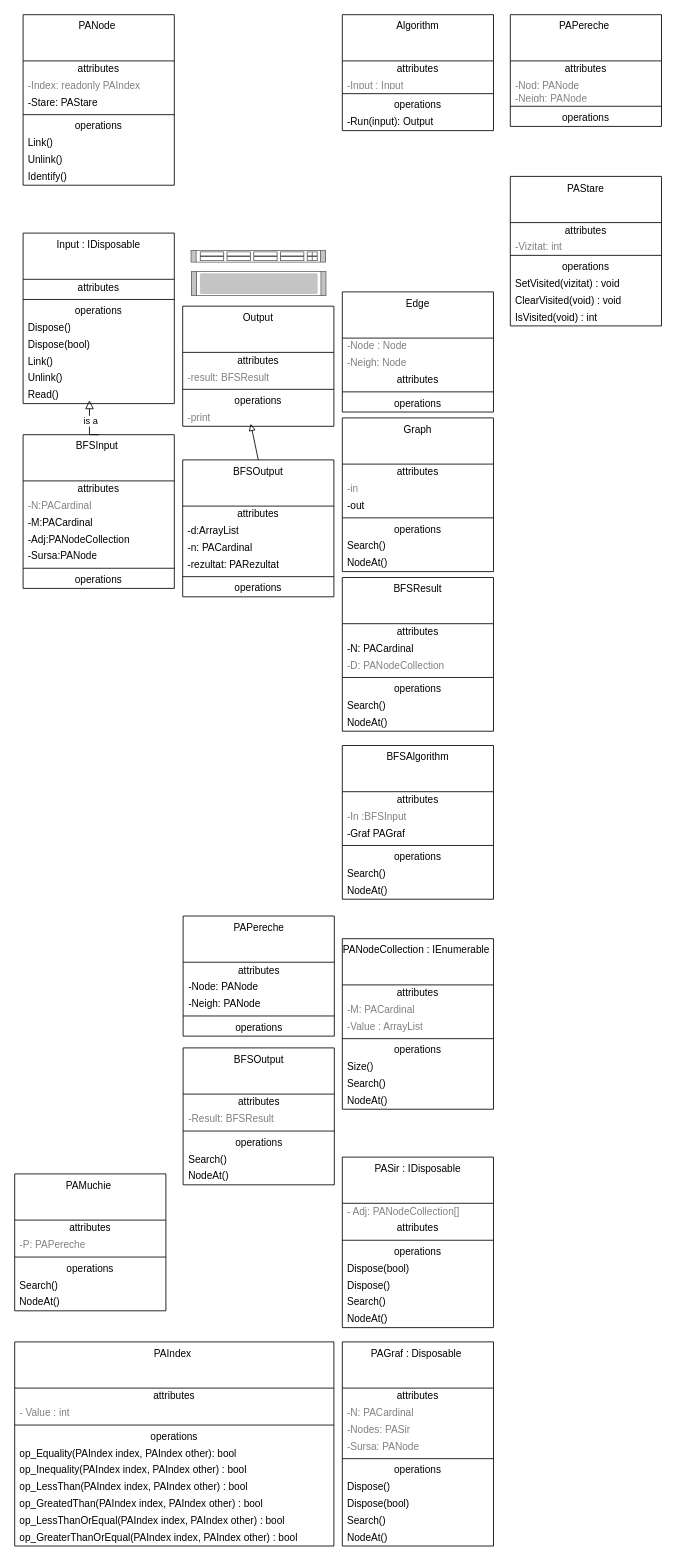
Earlier version of the draw.io diagram C.drawio (Cristof17/PALibrary). Source tidied: cells renumbered, new cells numbered last; positions are measured from the earlier drawing's top-left corner, leaving out a move shared by most shapes. Both pictures are drawn from the tidied source at 84%, with x=0, y=0 at pixel (14, 14).
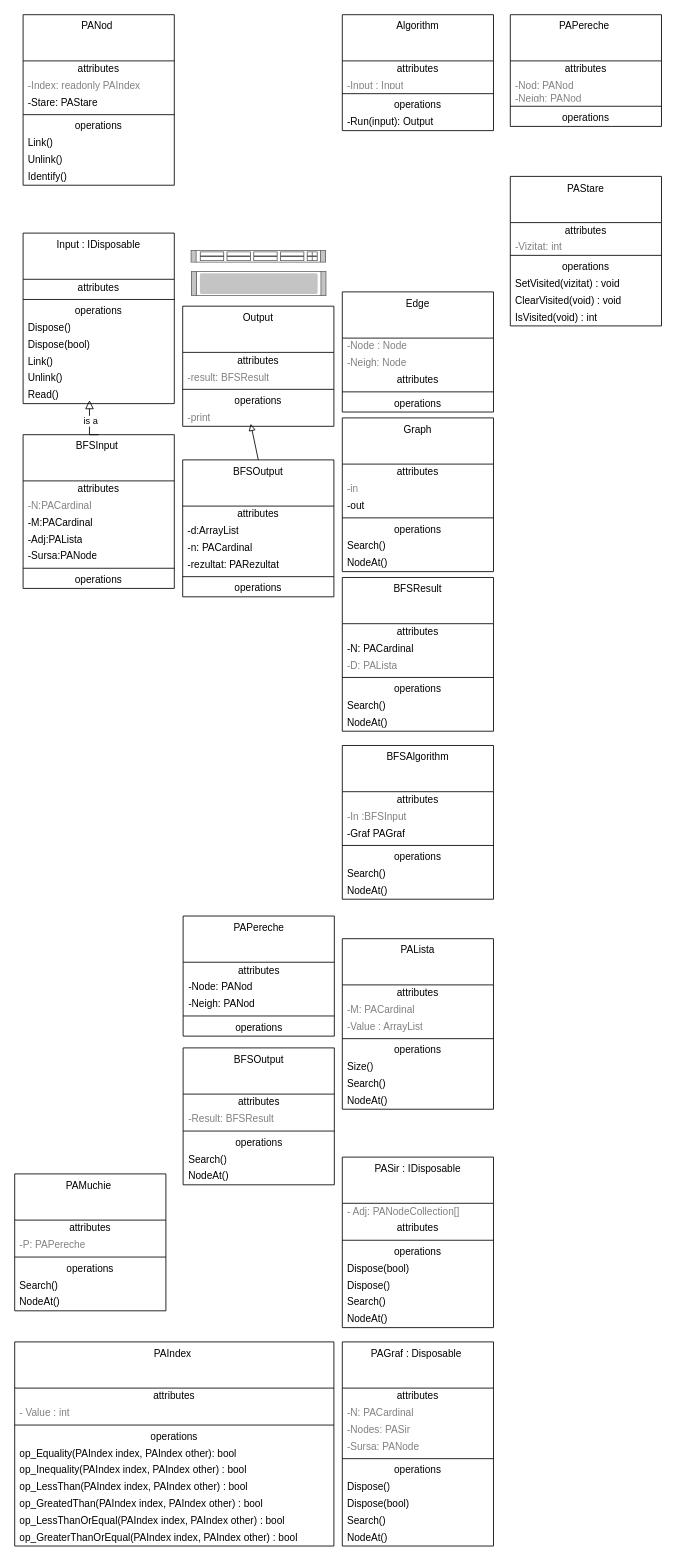
Above is the later version.

Commit message:
PANod and PALista structures

The change refers to these unchanged cells:
```xml
<mxCell id="38" value="BFSInput&amp;nbsp;" style="swimlane;fontStyle=0;align=center;verticalAlign=top;horizontal=1;startSize=55;html=1;whiteSpace=wrap;" parent="1" vertex="1">
  <mxGeometry x="10" y="500" width="180" height="183" as="geometry" />
</mxCell>
<mxCell id="61" value="PAPereche" style="swimlane;fontStyle=0;align=center;verticalAlign=top;horizontal=1;startSize=55;html=1;whiteSpace=wrap;" parent="1" vertex="1">
  <mxGeometry x="200.5" y="1073" width="180" height="143" as="geometry" />
</mxCell>
<mxCell id="67" value="BFSResult" style="swimlane;fontStyle=0;align=center;verticalAlign=top;horizontal=1;startSize=55;html=1;whiteSpace=wrap;" parent="1" vertex="1">
  <mxGeometry x="390" y="670" width="180" height="183" as="geometry" />
</mxCell>
<mxCell id="110" value="PAPereche&amp;nbsp;" style="swimlane;fontStyle=0;align=center;verticalAlign=top;horizontal=1;startSize=55;html=1;whiteSpace=wrap;" parent="1" vertex="1">
  <mxGeometry x="590" width="180" height="133" as="geometry" />
</mxCell>
```

Diff of the diagram source:
```diff
@@
-    <mxCell id="2" value="PANode&amp;nbsp;" style="swimlane;fontStyle=0;align=center;verticalAlign=top;horizontal=1;startSize=55;html=1;whiteSpace=wrap;" parent="1" vertex="1">
+    <mxCell id="2" value="PANod&amp;nbsp;" style="swimlane;fontStyle=0;align=center;verticalAlign=top;horizontal=1;startSize=55;html=1;whiteSpace=wrap;" parent="1" vertex="1">
       <mxGeometry x="10" width="180" height="203" as="geometry" />
     </mxCell>
@@
-    <mxCell id="42" value="-Adj:PANodeCollection" style="text;html=1;strokeColor=none;fillColor=none;align=left;verticalAlign=middle;spacingLeft=4;spacingRight=4;overflow=hidden;whiteSpace=wrap;" parent="38" vertex="1">
+    <mxCell id="42" value="-Adj:PALista" style="text;html=1;strokeColor=none;fillColor=none;align=left;verticalAlign=middle;spacingLeft=4;spacingRight=4;overflow=hidden;whiteSpace=wrap;" parent="38" vertex="1">
       <mxGeometry y="115" width="180" height="20" as="geometry" />
     </mxCell>
@@
-    <mxCell id="63" value="-Node: PANode" style="text;html=1;strokeColor=none;fillColor=none;align=left;verticalAlign=middle;spacingLeft=4;spacingRight=4;overflow=hidden;whiteSpace=wrap;" parent="61" vertex="1">
+    <mxCell id="63" value="-Node: PANod" style="text;html=1;strokeColor=none;fillColor=none;align=left;verticalAlign=middle;spacingLeft=4;spacingRight=4;overflow=hidden;whiteSpace=wrap;" parent="61" vertex="1">
       <mxGeometry y="75" width="180" height="20" as="geometry" />
     </mxCell>
-    <mxCell id="64" value="-Neigh: PANode" style="text;html=1;strokeColor=none;fillColor=none;align=left;verticalAlign=middle;spacingLeft=4;spacingRight=4;overflow=hidden;whiteSpace=wrap;" parent="61" vertex="1">
+    <mxCell id="64" value="-Neigh: PANod" style="text;html=1;strokeColor=none;fillColor=none;align=left;verticalAlign=middle;spacingLeft=4;spacingRight=4;overflow=hidden;whiteSpace=wrap;" parent="61" vertex="1">
       <mxGeometry y="95" width="180" height="20" as="geometry" />
     </mxCell>
@@
-    <mxCell id="70" value="-D: PANodeCollection" style="text;html=1;strokeColor=none;fillColor=none;align=left;verticalAlign=middle;spacingLeft=4;spacingRight=4;overflow=hidden;fontColor=#808080;whiteSpace=wrap;" parent="67" vertex="1">
+    <mxCell id="70" value="-D: PALista" style="text;html=1;strokeColor=none;fillColor=none;align=left;verticalAlign=middle;spacingLeft=4;spacingRight=4;overflow=hidden;fontColor=#808080;whiteSpace=wrap;" parent="67" vertex="1">
       <mxGeometry y="95" width="180" height="20" as="geometry" />
     </mxCell>
@@
-    <mxCell id="94" value="PANodeCollection : IEnumerable&amp;nbsp;" style="swimlane;fontStyle=0;align=center;verticalAlign=top;horizontal=1;startSize=55;html=1;whiteSpace=wrap;" parent="1" vertex="1">
+    <mxCell id="94" value="PALista" style="swimlane;fontStyle=0;align=center;verticalAlign=top;horizontal=1;startSize=55;html=1;whiteSpace=wrap;" parent="1" vertex="1">
       <mxGeometry x="390" y="1100" width="180" height="203" as="geometry" />
     </mxCell>
@@
-    <mxCell id="112" value="-Nod: PANode" style="text;html=1;strokeColor=none;fillColor=none;align=left;verticalAlign=middle;spacingLeft=4;spacingRight=4;overflow=hidden;fontColor=#808080;whiteSpace=wrap;" parent="110" vertex="1">
+    <mxCell id="112" value="-Nod: PANod" style="text;html=1;strokeColor=none;fillColor=none;align=left;verticalAlign=middle;spacingLeft=4;spacingRight=4;overflow=hidden;fontColor=#808080;whiteSpace=wrap;" parent="110" vertex="1">
       <mxGeometry y="75" width="180" height="15" as="geometry" />
     </mxCell>
-    <mxCell id="113" value="-Neigh: PANode" style="text;html=1;strokeColor=none;fillColor=none;align=left;verticalAlign=middle;spacingLeft=4;spacingRight=4;overflow=hidden;fontColor=#808080;whiteSpace=wrap;" parent="110" vertex="1">
+    <mxCell id="113" value="-Neigh: PANod" style="text;html=1;strokeColor=none;fillColor=none;align=left;verticalAlign=middle;spacingLeft=4;spacingRight=4;overflow=hidden;fontColor=#808080;whiteSpace=wrap;" parent="110" vertex="1">
       <mxGeometry y="90" width="180" height="15" as="geometry" />
     </mxCell>
```
